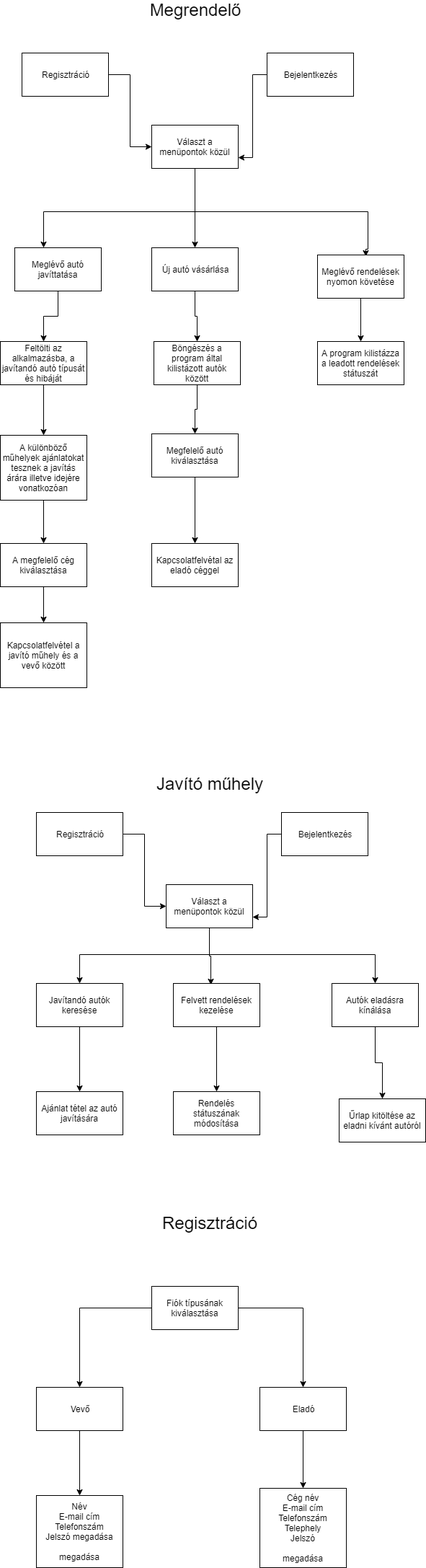
Earlier version of the draw.io export Dokumentumok/IgényeltÜzletiFolyamatModell.png (afplabor2019/rekt). Source tidied: cells renumbered, new cells last; positions are measured from the earlier drawing's top-left corner, leaving out a move shared by most shapes. Source of this version:
```xml
<mxGraphModel>
  <root>
    <mxCell id="0" />
    <mxCell id="1" parent="0" />
    <mxCell id="2" style="edgeStyle=orthogonalEdgeStyle;rounded=0;jettySize=auto;html=1;entryX=0;entryY=0.5;entryDx=0;entryDy=0;" parent="1" edge="1" source="3" target="10">
      <mxGeometry relative="1" as="geometry" />
    </mxCell>
    <mxCell id="3" value="Regisztráció" style="rounded=0;whiteSpace=wrap;html=1;" parent="1" vertex="1">
      <mxGeometry x="30" y="70" width="120" height="60" as="geometry" />
    </mxCell>
    <mxCell id="4" value="&lt;font style=&quot;font-size: 24px&quot;&gt;Megrendelő&lt;/font&gt;" style="text;html=1;strokeColor=none;fillColor=none;align=center;verticalAlign=middle;whiteSpace=wrap;rounded=0;" parent="1" vertex="1">
      <mxGeometry x="250" width="40" height="20" as="geometry" />
    </mxCell>
    <mxCell id="5" style="edgeStyle=orthogonalEdgeStyle;rounded=0;jettySize=auto;html=1;entryX=1;entryY=0.75;entryDx=0;entryDy=0;" parent="1" edge="1" source="6" target="10">
      <mxGeometry relative="1" as="geometry" />
    </mxCell>
    <mxCell id="6" value="Bejelentkezés" style="rounded=0;whiteSpace=wrap;html=1;" parent="1" vertex="1">
      <mxGeometry x="370" y="70" width="120" height="60" as="geometry" />
    </mxCell>
    <mxCell id="7" style="edgeStyle=orthogonalEdgeStyle;rounded=0;jettySize=auto;html=1;" parent="1" edge="1" source="10" target="12">
      <mxGeometry relative="1" as="geometry">
        <Array as="points">
          <mxPoint x="270" y="290" />
          <mxPoint x="60" y="290" />
        </Array>
      </mxGeometry>
    </mxCell>
    <mxCell id="8" style="edgeStyle=orthogonalEdgeStyle;rounded=0;jettySize=auto;html=1;entryX=0.5;entryY=0;entryDx=0;entryDy=0;" parent="1" edge="1" source="10" target="14">
      <mxGeometry relative="1" as="geometry">
        <Array as="points">
          <mxPoint x="270" y="330" />
        </Array>
      </mxGeometry>
    </mxCell>
    <mxCell id="9" style="edgeStyle=orthogonalEdgeStyle;rounded=0;jettySize=auto;html=1;entryX=0.558;entryY=0.033;entryDx=0;entryDy=0;entryPerimeter=0;" parent="1" edge="1" source="10" target="21">
      <mxGeometry relative="1" as="geometry">
        <Array as="points">
          <mxPoint x="270" y="290" />
          <mxPoint x="510" y="290" />
          <mxPoint x="510" y="342" />
        </Array>
      </mxGeometry>
    </mxCell>
    <mxCell id="10" value="Választ a menüpontok közül" style="rounded=0;whiteSpace=wrap;html=1;" parent="1" vertex="1">
      <mxGeometry x="210" y="170" width="120" height="60" as="geometry" />
    </mxCell>
    <mxCell id="11" style="edgeStyle=orthogonalEdgeStyle;rounded=0;jettySize=auto;html=1;entryX=0.5;entryY=0;entryDx=0;entryDy=0;" parent="1" edge="1" source="12" target="16">
      <mxGeometry relative="1" as="geometry" />
    </mxCell>
    <mxCell id="12" value="Meglévő autó javíttatása" style="rounded=0;whiteSpace=wrap;html=1;" parent="1" vertex="1">
      <mxGeometry x="20" y="340" width="120" height="60" as="geometry" />
    </mxCell>
    <mxCell id="13" style="edgeStyle=orthogonalEdgeStyle;rounded=0;jettySize=auto;html=1;" parent="1" edge="1" source="14" target="23">
      <mxGeometry relative="1" as="geometry" />
    </mxCell>
    <mxCell id="14" value="Új autó vásárlása" style="rounded=0;whiteSpace=wrap;html=1;" parent="1" vertex="1">
      <mxGeometry x="210" y="340" width="120" height="60" as="geometry" />
    </mxCell>
    <mxCell id="15" style="edgeStyle=orthogonalEdgeStyle;rounded=0;jettySize=auto;html=1;entryX=0.5;entryY=0;entryDx=0;entryDy=0;" parent="1" edge="1" source="16" target="18">
      <mxGeometry relative="1" as="geometry" />
    </mxCell>
    <mxCell id="16" value="Feltölti az alkalmazásba, a javítandó autó típusát és hibáját" style="rounded=0;whiteSpace=wrap;html=1;" parent="1" vertex="1">
      <mxGeometry y="470" width="120" height="60" as="geometry" />
    </mxCell>
    <mxCell id="17" style="edgeStyle=orthogonalEdgeStyle;rounded=0;jettySize=auto;html=1;entryX=0.5;entryY=0;entryDx=0;entryDy=0;" parent="1" edge="1" source="18" target="28">
      <mxGeometry relative="1" as="geometry" />
    </mxCell>
    <mxCell id="18" value="A különböző műhelyek ajánlatokat tesznek a javítás árára illetve idejére vonatkozóan" style="rounded=0;whiteSpace=wrap;html=1;" parent="1" vertex="1">
      <mxGeometry y="600" width="120" height="90" as="geometry" />
    </mxCell>
    <mxCell id="19" value="Kapcsolatfelvétel a javító műhely és a vevő között" style="rounded=0;whiteSpace=wrap;html=1;" parent="1" vertex="1">
      <mxGeometry y="860" width="120" height="90" as="geometry" />
    </mxCell>
    <mxCell id="20" style="edgeStyle=orthogonalEdgeStyle;rounded=0;jettySize=auto;html=1;" parent="1" edge="1" source="21" target="29">
      <mxGeometry relative="1" as="geometry" />
    </mxCell>
    <mxCell id="21" value="Meglévő rendelések nyomon követése" style="rounded=0;whiteSpace=wrap;html=1;" parent="1" vertex="1">
      <mxGeometry x="440" y="350" width="120" height="60" as="geometry" />
    </mxCell>
    <mxCell id="22" style="edgeStyle=orthogonalEdgeStyle;rounded=0;jettySize=auto;html=1;" parent="1" edge="1" source="23" target="25">
      <mxGeometry relative="1" as="geometry" />
    </mxCell>
    <mxCell id="23" value="Böngészés a program által kilistázott autók között" style="rounded=0;whiteSpace=wrap;html=1;" parent="1" vertex="1">
      <mxGeometry x="213" y="470" width="120" height="60" as="geometry" />
    </mxCell>
    <mxCell id="24" style="edgeStyle=orthogonalEdgeStyle;rounded=0;jettySize=auto;html=1;entryX=0.5;entryY=0;entryDx=0;entryDy=0;" parent="1" edge="1" source="25" target="26">
      <mxGeometry relative="1" as="geometry" />
    </mxCell>
    <mxCell id="25" value="Megfelelő autó kiválasztása" style="rounded=0;whiteSpace=wrap;html=1;" parent="1" vertex="1">
      <mxGeometry x="210" y="598" width="120" height="60" as="geometry" />
    </mxCell>
    <mxCell id="26" value="Kapcsolatfelvétal az eladó céggel" style="rounded=0;whiteSpace=wrap;html=1;" parent="1" vertex="1">
      <mxGeometry x="210" y="750" width="120" height="60" as="geometry" />
    </mxCell>
    <mxCell id="27" style="edgeStyle=orthogonalEdgeStyle;rounded=0;jettySize=auto;html=1;entryX=0.5;entryY=0;entryDx=0;entryDy=0;" parent="1" edge="1" source="28" target="19">
      <mxGeometry relative="1" as="geometry" />
    </mxCell>
    <mxCell id="28" value="&lt;span style=&quot;white-space: normal&quot;&gt;A megfelelő cég kiválasztása&lt;/span&gt;" style="rounded=0;whiteSpace=wrap;html=1;" parent="1" vertex="1">
      <mxGeometry y="750" width="120" height="60" as="geometry" />
    </mxCell>
    <mxCell id="29" value="A program kilistázza a leadott rendelések státuszát" style="rounded=0;whiteSpace=wrap;html=1;" parent="1" vertex="1">
      <mxGeometry x="440" y="470" width="120" height="60" as="geometry" />
    </mxCell>
    <mxCell id="30" value="&lt;font style=&quot;font-size: 24px&quot;&gt;Javító műhely&lt;/font&gt;" style="text;html=1;strokeColor=none;fillColor=none;align=center;verticalAlign=middle;whiteSpace=wrap;rounded=0;" parent="1" vertex="1">
      <mxGeometry x="210" y="1073" width="160" height="20" as="geometry" />
    </mxCell>
    <mxCell id="31" style="edgeStyle=orthogonalEdgeStyle;rounded=0;jettySize=auto;html=1;entryX=0;entryY=0.5;entryDx=0;entryDy=0;" parent="1" edge="1" source="32" target="38">
      <mxGeometry relative="1" as="geometry" />
    </mxCell>
    <mxCell id="32" value="Regisztráció" style="rounded=0;whiteSpace=wrap;html=1;" parent="1" vertex="1">
      <mxGeometry x="50" y="1123" width="120" height="60" as="geometry" />
    </mxCell>
    <mxCell id="33" style="edgeStyle=orthogonalEdgeStyle;rounded=0;jettySize=auto;html=1;entryX=1;entryY=0.75;entryDx=0;entryDy=0;" parent="1" edge="1" source="34" target="38">
      <mxGeometry relative="1" as="geometry" />
    </mxCell>
    <mxCell id="34" value="Bejelentkezés" style="rounded=0;whiteSpace=wrap;html=1;" parent="1" vertex="1">
      <mxGeometry x="390" y="1123" width="120" height="60" as="geometry" />
    </mxCell>
    <mxCell id="35" style="edgeStyle=orthogonalEdgeStyle;rounded=0;jettySize=auto;html=1;entryX=0.433;entryY=0.033;entryDx=0;entryDy=0;entryPerimeter=0;" parent="1" edge="1" source="38" target="43">
      <mxGeometry relative="1" as="geometry" />
    </mxCell>
    <mxCell id="36" style="edgeStyle=orthogonalEdgeStyle;rounded=0;jettySize=auto;html=1;" parent="1" edge="1" source="38" target="40">
      <mxGeometry relative="1" as="geometry">
        <Array as="points">
          <mxPoint x="290" y="1320" />
          <mxPoint x="110" y="1320" />
        </Array>
      </mxGeometry>
    </mxCell>
    <mxCell id="37" style="edgeStyle=orthogonalEdgeStyle;rounded=0;jettySize=auto;html=1;" parent="1" edge="1" source="38" target="46">
      <mxGeometry relative="1" as="geometry">
        <Array as="points">
          <mxPoint x="290" y="1320" />
          <mxPoint x="520" y="1320" />
        </Array>
      </mxGeometry>
    </mxCell>
    <mxCell id="38" value="Választ a menüpontok közül" style="rounded=0;whiteSpace=wrap;html=1;" parent="1" vertex="1">
      <mxGeometry x="230" y="1223" width="120" height="60" as="geometry" />
    </mxCell>
    <mxCell id="39" style="edgeStyle=orthogonalEdgeStyle;rounded=0;jettySize=auto;html=1;" parent="1" edge="1" source="40" target="41">
      <mxGeometry relative="1" as="geometry" />
    </mxCell>
    <mxCell id="40" value="Javítandó autók keresése" style="rounded=0;whiteSpace=wrap;html=1;" parent="1" vertex="1">
      <mxGeometry x="50" y="1360" width="120" height="60" as="geometry" />
    </mxCell>
    <mxCell id="41" value="Ajánlat tétel az autó javítására" style="rounded=0;whiteSpace=wrap;html=1;" parent="1" vertex="1">
      <mxGeometry x="50" y="1510" width="120" height="60" as="geometry" />
    </mxCell>
    <mxCell id="42" style="edgeStyle=orthogonalEdgeStyle;rounded=0;jettySize=auto;html=1;" parent="1" edge="1" source="43" target="44">
      <mxGeometry relative="1" as="geometry" />
    </mxCell>
    <mxCell id="43" value="Felvett rendelések kezelése" style="rounded=0;whiteSpace=wrap;html=1;" parent="1" vertex="1">
      <mxGeometry x="240" y="1360" width="120" height="60" as="geometry" />
    </mxCell>
    <mxCell id="44" value="Rendelés státuszának módosítása" style="rounded=0;whiteSpace=wrap;html=1;" parent="1" vertex="1">
      <mxGeometry x="240" y="1510" width="120" height="60" as="geometry" />
    </mxCell>
    <mxCell id="45" style="edgeStyle=orthogonalEdgeStyle;rounded=0;jettySize=auto;html=1;" parent="1" edge="1" source="46" target="47">
      <mxGeometry relative="1" as="geometry" />
    </mxCell>
    <mxCell id="46" value="Autók eladásra kínálása" style="rounded=0;whiteSpace=wrap;html=1;" parent="1" vertex="1">
      <mxGeometry x="460" y="1360" width="120" height="60" as="geometry" />
    </mxCell>
    <mxCell id="47" value="Űrlap kitöltése az eladni kívánt autóról" style="rounded=0;whiteSpace=wrap;html=1;" parent="1" vertex="1">
      <mxGeometry x="470" y="1520" width="120" height="60" as="geometry" />
    </mxCell>
    <mxCell id="48" value="&lt;font style=&quot;font-size: 24px&quot;&gt;Regisztráció&lt;/font&gt;" style="text;html=1;strokeColor=none;fillColor=none;align=center;verticalAlign=middle;whiteSpace=wrap;rounded=0;" parent="1" vertex="1">
      <mxGeometry x="210" y="1682" width="160" height="20" as="geometry" />
    </mxCell>
    <mxCell id="49" style="edgeStyle=orthogonalEdgeStyle;rounded=0;jettySize=auto;html=1;" parent="1" edge="1" source="51" target="53">
      <mxGeometry relative="1" as="geometry" />
    </mxCell>
    <mxCell id="50" style="edgeStyle=orthogonalEdgeStyle;rounded=0;jettySize=auto;html=1;" parent="1" edge="1" source="51" target="55">
      <mxGeometry relative="1" as="geometry" />
    </mxCell>
    <mxCell id="51" value="Fiók típusának kiválasztása" style="rounded=0;whiteSpace=wrap;html=1;" parent="1" vertex="1">
      <mxGeometry x="210" y="1780" width="120" height="60" as="geometry" />
    </mxCell>
    <mxCell id="52" style="edgeStyle=orthogonalEdgeStyle;rounded=0;jettySize=auto;html=1;" parent="1" edge="1" source="53" target="56">
      <mxGeometry relative="1" as="geometry" />
    </mxCell>
    <mxCell id="53" value="Vevő" style="rounded=0;whiteSpace=wrap;html=1;" parent="1" vertex="1">
      <mxGeometry x="50" y="1920" width="120" height="60" as="geometry" />
    </mxCell>
    <mxCell id="54" style="edgeStyle=orthogonalEdgeStyle;rounded=0;jettySize=auto;html=1;" parent="1" edge="1" source="55" target="57">
      <mxGeometry relative="1" as="geometry" />
    </mxCell>
    <mxCell id="55" value="Eladó" style="rounded=0;whiteSpace=wrap;html=1;" parent="1" vertex="1">
      <mxGeometry x="360" y="1920" width="120" height="60" as="geometry" />
    </mxCell>
    <mxCell id="56" value="Név&lt;br&gt;E-mail cím&lt;br&gt;Telefonszám&lt;br&gt;Jelszó megadása&lt;br&gt;&lt;br&gt;megadása" style="rounded=0;whiteSpace=wrap;html=1;" parent="1" vertex="1">
      <mxGeometry x="50" y="2070" width="120" height="100" as="geometry" />
    </mxCell>
    <mxCell id="57" value="Cég név&lt;br&gt;E-mail cím&lt;br&gt;Telefonszám&lt;br&gt;Telephely&lt;br&gt;Jelszó&lt;br&gt;&lt;br&gt;megadása" style="rounded=0;whiteSpace=wrap;html=1;" parent="1" vertex="1">
      <mxGeometry x="360" y="2060" width="120" height="110" as="geometry" />
    </mxCell>
  </root>
</mxGraphModel>
```
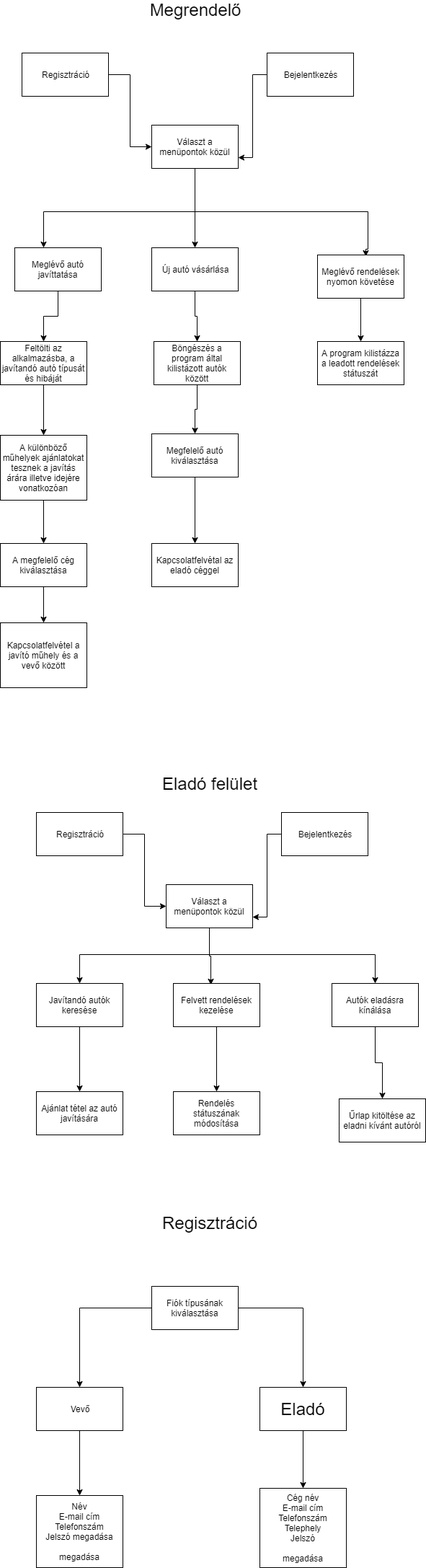
Later version of the same file.

Diff of the diagram source:
```diff
@@ -101,7 +101,7 @@
     <mxCell id="29" value="A program kilistázza a leadott rendelések státuszát" style="rounded=0;whiteSpace=wrap;html=1;" parent="1" vertex="1">
       <mxGeometry x="440" y="470" width="120" height="60" as="geometry" />
     </mxCell>
-    <mxCell id="30" value="&lt;font style=&quot;font-size: 24px&quot;&gt;Javító műhely&lt;/font&gt;" style="text;html=1;strokeColor=none;fillColor=none;align=center;verticalAlign=middle;whiteSpace=wrap;rounded=0;" parent="1" vertex="1">
+    <mxCell id="30" value="&lt;font style=&quot;font-size: 24px&quot;&gt;Eladó felület&lt;/font&gt;" style="text;html=1;strokeColor=none;fillColor=none;align=center;verticalAlign=middle;whiteSpace=wrap;rounded=0;" parent="1" vertex="1">
       <mxGeometry x="210" y="1073" width="160" height="20" as="geometry" />
     </mxCell>
     <mxCell id="31" style="edgeStyle=orthogonalEdgeStyle;rounded=0;jettySize=auto;html=1;entryX=0;entryY=0.5;entryDx=0;entryDy=0;" parent="1" edge="1" source="32" target="38">
@@ -186,7 +186,7 @@
     <mxCell id="54" style="edgeStyle=orthogonalEdgeStyle;rounded=0;jettySize=auto;html=1;" parent="1" edge="1" source="55" target="57">
       <mxGeometry relative="1" as="geometry" />
     </mxCell>
-    <mxCell id="55" value="Eladó" style="rounded=0;whiteSpace=wrap;html=1;" parent="1" vertex="1">
+    <mxCell id="55" value="&lt;span style=&quot;font-size: 24px&quot;&gt;Eladó&lt;/span&gt;" style="rounded=0;whiteSpace=wrap;html=1;" parent="1" vertex="1">
       <mxGeometry x="360" y="1920" width="120" height="60" as="geometry" />
     </mxCell>
     <mxCell id="56" value="Név&lt;br&gt;E-mail cím&lt;br&gt;Telefonszám&lt;br&gt;Jelszó megadása&lt;br&gt;&lt;br&gt;megadása" style="rounded=0;whiteSpace=wrap;html=1;" parent="1" vertex="1">
```
